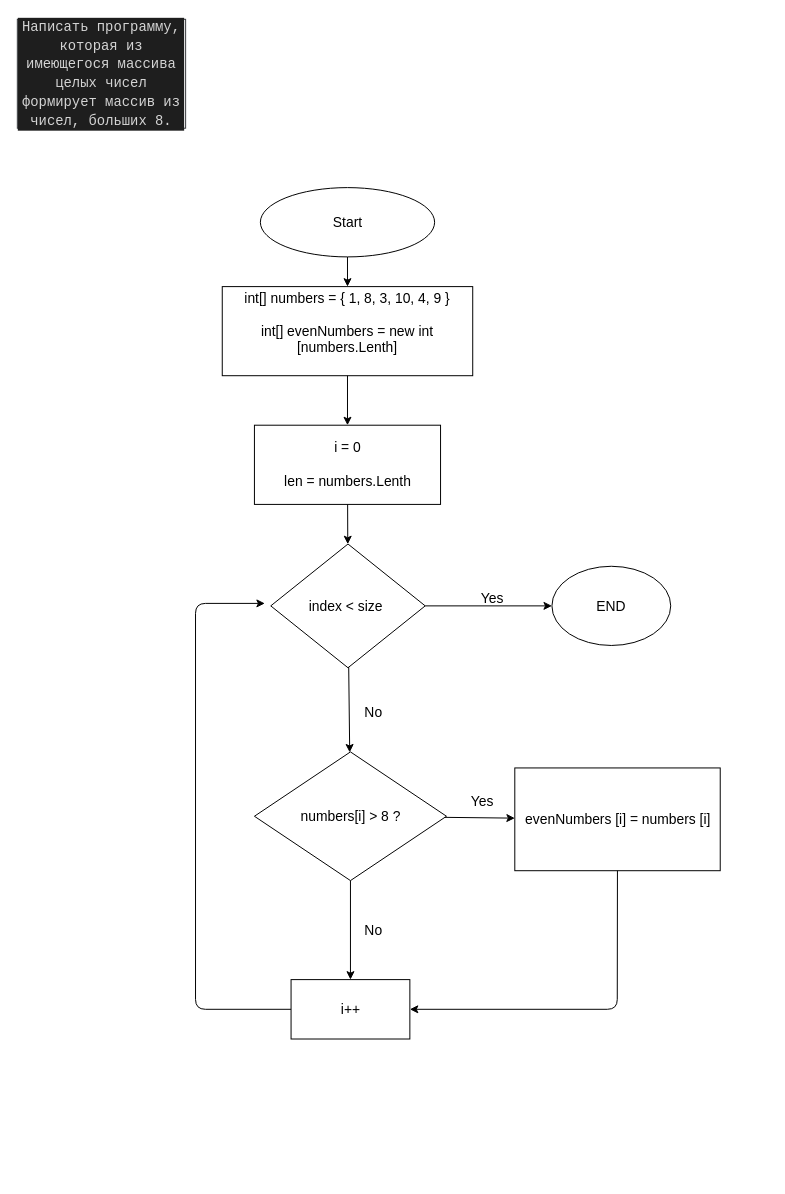
This is block.drawio from kirill14994/test_exercise, a draw.io file, before an edit. Source tidied: cells renumbered, new cells numbered last; positions are measured from the earlier drawing's top-left corner, leaving out a move shared by most shapes. Both pictures are drawn from the tidied source at 99%, with x=0, y=0 at pixel (17, 19).
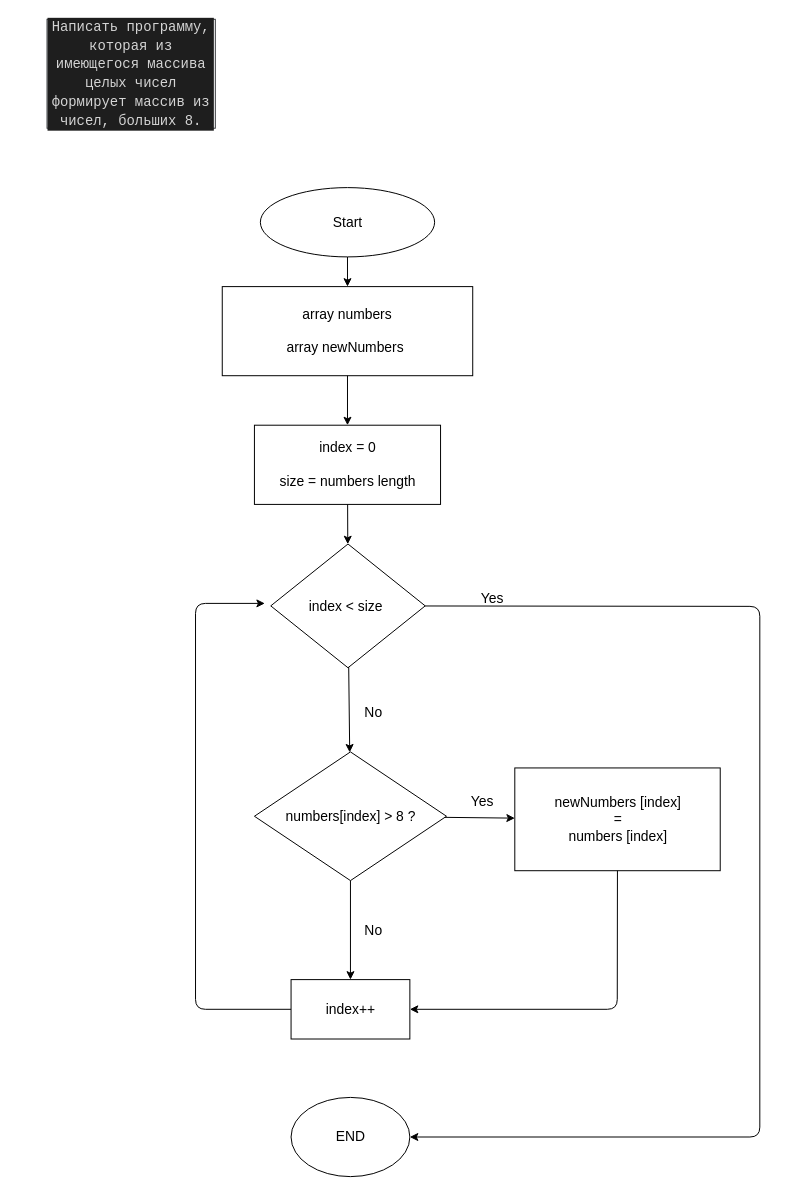
Above is the later version.

The change refers to these unchanged cells:
```xml
<mxCell id="16" value="index &amp;lt; size&amp;nbsp;" style="rhombus;whiteSpace=wrap;html=1;fontSize=14;fillColor=none;" parent="1" vertex="1">
  <mxGeometry x="256" y="530" width="156" height="125" as="geometry" />
</mxCell>
```

Diff of the diagram source:
```diff
@@
     <mxCell id="4" value="&lt;div style=&quot;color: rgb(212 , 212 , 212) ; background-color: rgb(30 , 30 , 30) ; font-family: &amp;#34;consolas&amp;#34; , &amp;#34;courier new&amp;#34; , monospace ; line-height: 19px&quot;&gt;Написать программу, которая из имеющегося массива целых чисел формирует массив из чисел, больших 8.&lt;/div&gt;" style="text;html=1;align=center;verticalAlign=middle;whiteSpace=wrap;rounded=0;fontSize=14;strokeColor=#36393d;" parent="1" vertex="1">
-      <mxGeometry width="170" height="110" as="geometry" />
+      <mxGeometry x="30" width="170" height="110" as="geometry" />
     </mxCell>
@@
-    <mxCell id="6" value="int[] numbers = { 1, 8, 3, 10, 4, 9 }&lt;br&gt;&lt;br&gt;int[] evenNumbers = new int [numbers.Lenth]&lt;br&gt;&lt;br&gt;" style="rounded=0;whiteSpace=wrap;html=1;fontSize=14;fillColor=none;" parent="1" vertex="1">
+    <mxCell id="6" value="array numbers&lt;br&gt;&lt;br&gt;array newNumbers&amp;nbsp;" style="rounded=0;whiteSpace=wrap;html=1;fontSize=14;fillColor=none;" parent="1" vertex="1">
       <mxGeometry x="207" y="270" width="253" height="90" as="geometry" />
     </mxCell>
@@
-    <mxCell id="8" value="i = 0&lt;br&gt;&lt;br&gt;len = numbers.Lenth" style="rounded=0;whiteSpace=wrap;html=1;fontSize=14;fillColor=none;" parent="1" vertex="1">
+    <mxCell id="8" value="index = 0&lt;br&gt;&lt;br&gt;size = numbers length" style="rounded=0;whiteSpace=wrap;html=1;fontSize=14;fillColor=none;" parent="1" vertex="1">
       <mxGeometry x="239.5" y="410" width="188" height="80" as="geometry" />
     </mxCell>
@@
-    <mxCell id="11" value="numbers[i] &amp;gt; 8 ?" style="rhombus;whiteSpace=wrap;html=1;fontSize=14;fillColor=none;" parent="1" vertex="1">
+    <mxCell id="11" value="numbers[index] &amp;gt; 8 ?" style="rhombus;whiteSpace=wrap;html=1;fontSize=14;fillColor=none;" parent="1" vertex="1">
       <mxGeometry x="239.5" y="740" width="194" height="130" as="geometry" />
     </mxCell>
@@
-    <mxCell id="13" value="&lt;span&gt;evenNumbers [i] = numbers [i]&lt;/span&gt;" style="rounded=0;whiteSpace=wrap;html=1;fontSize=14;fillColor=none;" parent="1" vertex="1">
+    <mxCell id="13" value="&lt;span&gt;newNumbers [&lt;/span&gt;index&lt;span&gt;] &lt;br&gt;=&lt;br&gt;numbers [&lt;/span&gt;index&lt;span&gt;]&lt;/span&gt;" style="rounded=0;whiteSpace=wrap;html=1;fontSize=14;fillColor=none;" parent="1" vertex="1">
       <mxGeometry x="502.5" y="756.2" width="207.5" height="103.8" as="geometry" />
     </mxCell>
@@
-    <mxCell id="15" style="edgeStyle=none;html=1;entryX=0;entryY=0.5;entryDx=0;entryDy=0;fontSize=14;" parent="1" edge="1" source="16" target="19">
-      <mxGeometry relative="1" as="geometry" />
+    <mxCell id="15" style="edgeStyle=none;html=1;entryX=1;entryY=0.5;entryDx=0;entryDy=0;fontSize=14;" parent="1" edge="1" source="16" target="19">
+      <mxGeometry relative="1" as="geometry">
+        <Array as="points">
+          <mxPoint x="750" y="593" />
+          <mxPoint x="750" y="1129" />
+        </Array>
+      </mxGeometry>
     </mxCell>
@@
-    <mxCell id="18" value="i++" style="rounded=0;whiteSpace=wrap;html=1;fontSize=14;fillColor=none;" parent="1" vertex="1">
+    <mxCell id="18" value="index++" style="rounded=0;whiteSpace=wrap;html=1;fontSize=14;fillColor=none;" parent="1" vertex="1">
       <mxGeometry x="276.5" y="970" width="120" height="60" as="geometry" />
     </mxCell>
     <mxCell id="19" value="END" style="ellipse;whiteSpace=wrap;html=1;fontSize=14;fillColor=none;" parent="1" vertex="1">
-      <mxGeometry x="540" y="552.5" width="120" height="80" as="geometry" />
+      <mxGeometry x="276.5" y="1089" width="120" height="80" as="geometry" />
     </mxCell>
```
